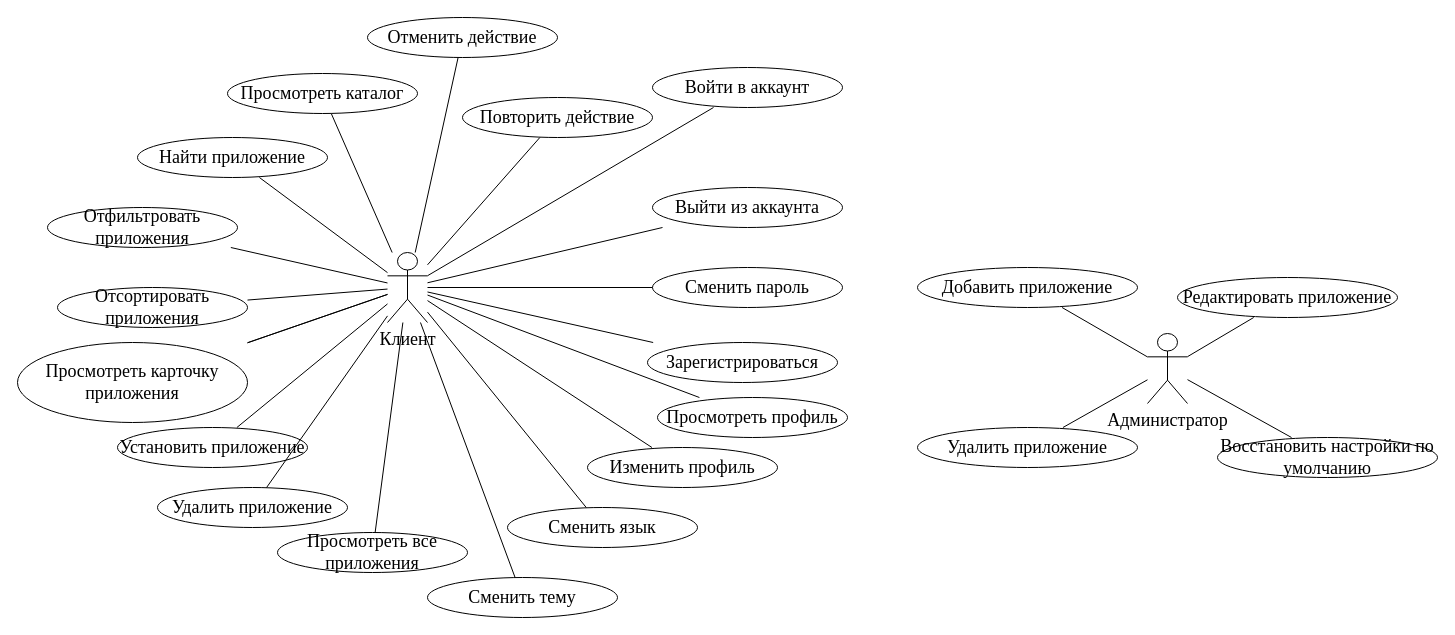
The draw.io diagram docs/UML/use_case.drawio in martim-x/AppStore, before the edit. Source tidied: cells renumbered, new cells numbered last; positions are measured from the earlier drawing's top-left corner, leaving out a move shared by most shapes. Both pictures are drawn from the tidied source at 100%, with x=0, y=0 at pixel (17, 17).
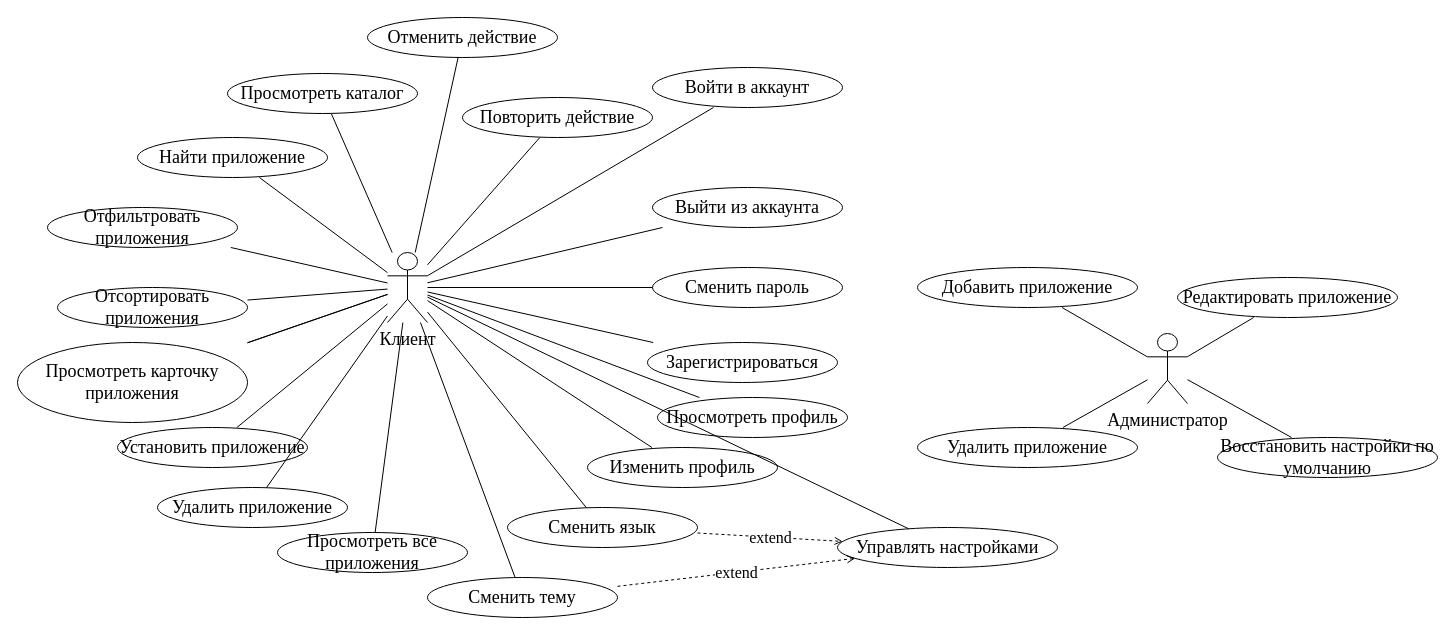
The same page after the edit.

Commit message (it also covers changes not shown here):
docs(UML): разметка ключей в ERD и бабл «Управлять настройками»

Unchanged cells that the change refers to:
```xml
<mxCell id="2" value="&lt;font&gt;Клиент&lt;/font&gt;" style="shape=umlActor;verticalLabelPosition=bottom;verticalAlign=top;html=1;align=center;outlineConnect=0;fillColor=none;strokeColor=#000000;fontFamily=Times New Roman;fontSize=18;" parent="1" vertex="1">
  <mxGeometry x="370" y="235" width="40" height="70" as="geometry" />
</mxCell>
<mxCell id="35" value="Сменить язык" style="shape=ellipse;whiteSpace=wrap;html=1;fillColor=none;strokeColor=#000000;fontSize=18;fontFamily=Times New Roman;" parent="1" vertex="1">
  <mxGeometry x="490" y="490" width="190" height="40" as="geometry" />
</mxCell>
<mxCell id="37" value="Сменить тему" style="shape=ellipse;whiteSpace=wrap;html=1;fillColor=none;strokeColor=#000000;fontSize=18;fontFamily=Times New Roman;" parent="1" vertex="1">
  <mxGeometry x="410" y="560" width="190" height="40" as="geometry" />
</mxCell>
```

Diff of the diagram source:
```diff
@@
+    <mxCell id="49" value="Управлять настройками" style="ellipse;whiteSpace=wrap;html=1;fontFamily=Times New Roman;fontSize=18;" parent="1" vertex="1">
+      <mxGeometry x="820" y="510" width="220" height="40" as="geometry" />
+    </mxCell>
+    <mxCell id="50" style="endArrow=none;html=1;rounded=0;fontFamily=Times New Roman;fontSize=18;" parent="1" edge="1" source="2" target="49">
+      <mxGeometry relative="1" as="geometry" />
+    </mxCell>
+    <mxCell id="51" value="extend" style="endArrow=open;dashed=1;html=1;rounded=0;fontFamily=Times New Roman;fontSize=16;" parent="1" edge="1" source="35" target="49">
+      <mxGeometry relative="1" as="geometry" />
+    </mxCell>
+    <mxCell id="52" value="extend" style="endArrow=open;dashed=1;html=1;rounded=0;fontFamily=Times New Roman;fontSize=16;" parent="1" edge="1" source="37" target="49">
+      <mxGeometry relative="1" as="geometry" />
+    </mxCell>
```
